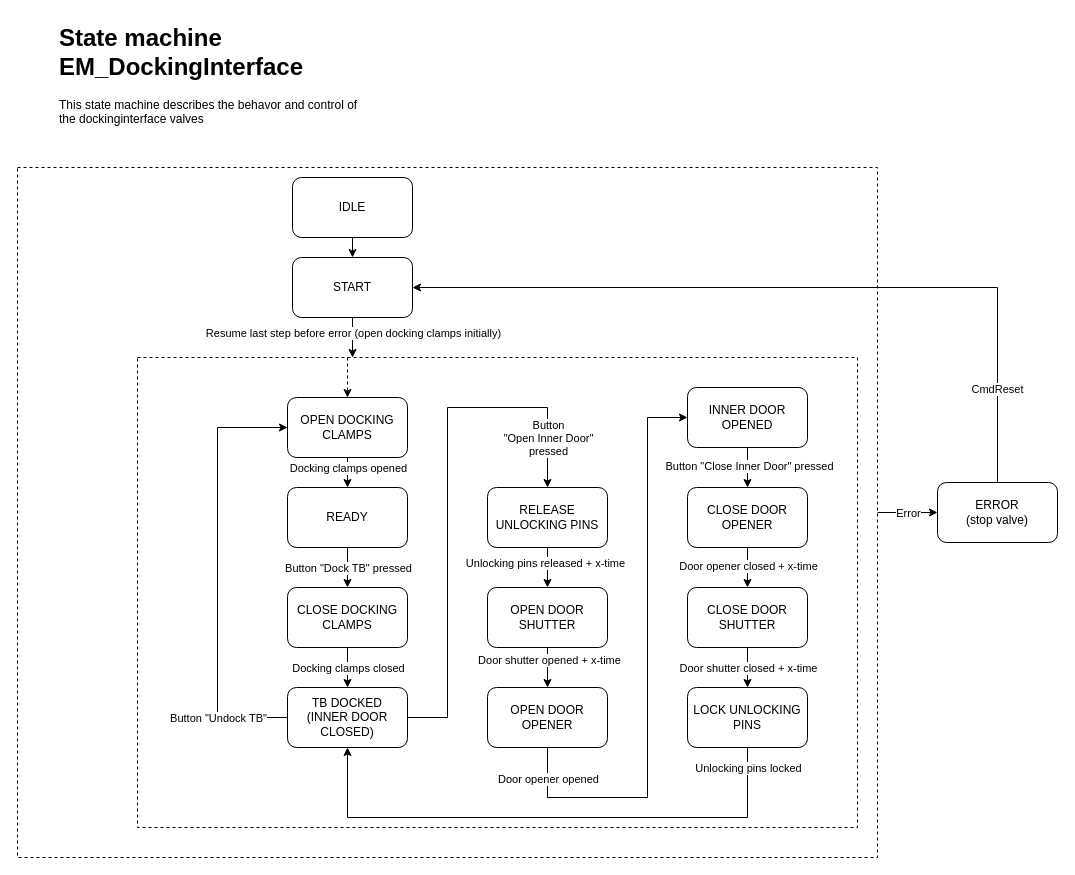
Above: page "EM_DockingInterface" (6 of 7) of Documentation/StateMachine and Sequence Diagrams.drawio in KMWE/KMWE_CleanroomConnect (draw.io), before the change. Source tidied: cells renumbered, new cells numbered last; positions are measured from the earlier drawing's top-left corner, leaving out a move shared by most shapes. Both pictures are drawn from the tidied source at 100%, with x=0, y=0 at pixel (17, 17).
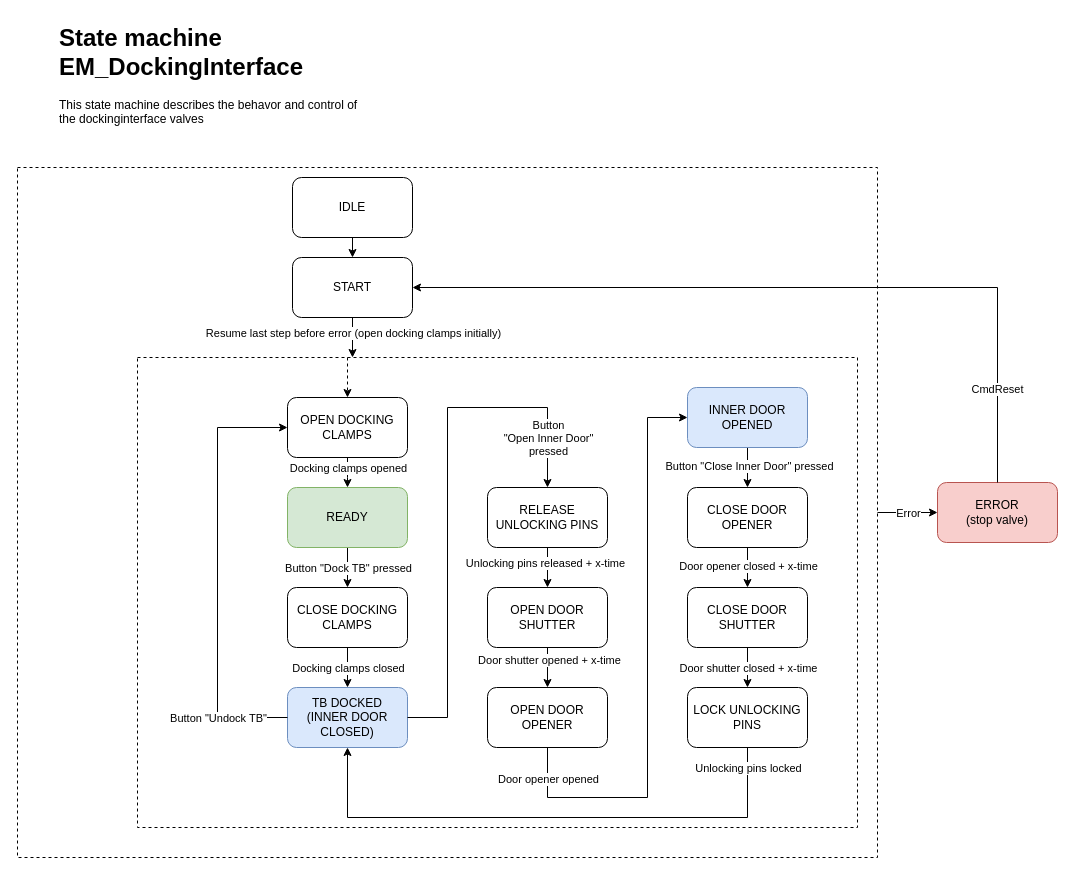
After the change.

The edit, as a diff of the source:
```diff
@@
-    <mxCell id="32" value="TB DOCKED&lt;div&gt;(INNER DOOR&lt;/div&gt;&lt;div&gt;CLOSED)&lt;/div&gt;" style="rounded=1;whiteSpace=wrap;html=1;" parent="1" vertex="1">
+    <mxCell id="32" value="TB DOCKED&lt;div&gt;(INNER DOOR&lt;/div&gt;&lt;div&gt;CLOSED)&lt;/div&gt;" style="rounded=1;whiteSpace=wrap;html=1;fillColor=#dae8fc;strokeColor=#6c8ebf;" parent="1" vertex="1">
       <mxGeometry x="270" y="670" width="120" height="60" as="geometry" />
     </mxCell>
@@
-    <mxCell id="37" value="INNER DOOR&lt;div&gt;OPENED&lt;/div&gt;" style="rounded=1;whiteSpace=wrap;html=1;" parent="1" vertex="1">
+    <mxCell id="37" value="INNER DOOR&lt;div&gt;OPENED&lt;/div&gt;" style="rounded=1;whiteSpace=wrap;html=1;fillColor=#dae8fc;strokeColor=#6c8ebf;" parent="1" vertex="1">
       <mxGeometry x="670" y="370" width="120" height="60" as="geometry" />
     </mxCell>
-    <mxCell id="38" value="READY" style="rounded=1;whiteSpace=wrap;html=1;" parent="1" vertex="1">
+    <mxCell id="38" value="READY" style="rounded=1;whiteSpace=wrap;html=1;fillColor=#d5e8d4;strokeColor=#82b366;" parent="1" vertex="1">
       <mxGeometry x="270" y="470" width="120" height="60" as="geometry" />
     </mxCell>
@@
-    <mxCell id="41" value="ERROR&lt;div&gt;(stop valve)&lt;/div&gt;" style="rounded=1;whiteSpace=wrap;html=1;" parent="1" vertex="1">
+    <mxCell id="41" value="ERROR&lt;div&gt;(stop valve)&lt;/div&gt;" style="rounded=1;whiteSpace=wrap;html=1;fillStyle=auto;fillColor=#f8cecc;strokeColor=#b85450;" parent="1" vertex="1">
       <mxGeometry x="920" y="465" width="120" height="60" as="geometry" />
     </mxCell>
```
